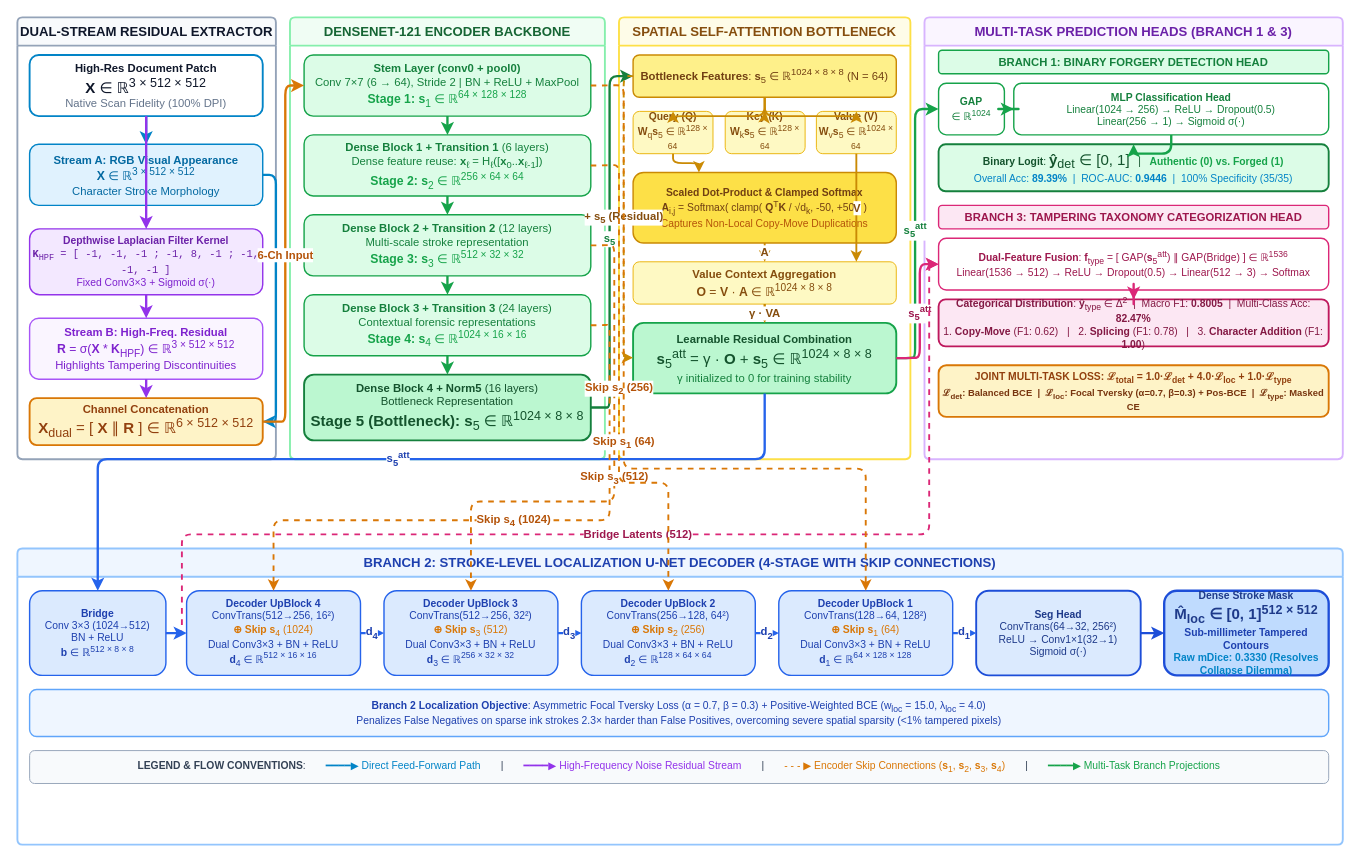
Earlier version of the draw.io diagram fig_arch.drawio (rajabhakta02/ForgeryNet-Indic). Source tidied: cells renumbered, new cells numbered last; positions are measured from the earlier drawing's top-left corner, leaving out a move shared by most shapes. Both pictures are drawn from the tidied source at 94%, with x=0, y=0 at pixel (17, 17).
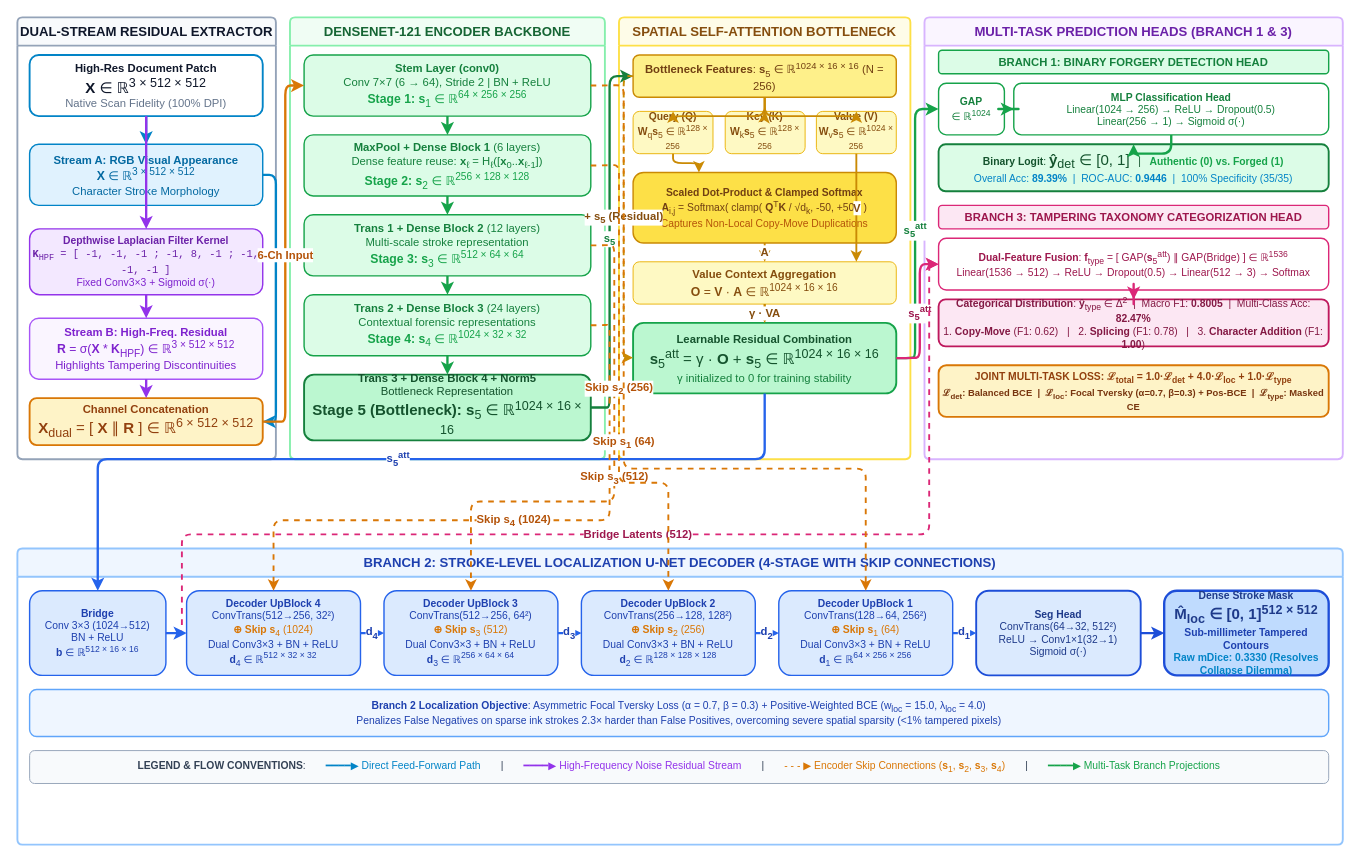
After the change.

Commit message (it also covers changes not shown here):
Synchronize encoder tensor dimensions, correct citations, explain ablation trade-offs, and moderate claims

Change to the diagram source:
```diff
@@
-    <mxCell id="12" value="&lt;b&gt;Stem Layer (conv0 + pool0)&lt;/b&gt;&lt;br&gt;Conv 7×7 (6 → 64), Stride 2 | BN + ReLU + MaxPool&lt;br&gt;&lt;font color='#16A34A' size='2'&gt;&lt;b&gt;Stage 1: s&lt;/b&gt;&lt;sub&gt;1&lt;/sub&gt; ∈ ℝ&lt;sup&gt;64 × 128 × 128&lt;/sup&gt;&lt;/font&gt;" style="rounded=1;whiteSpace=wrap;html=1;fillColor=#DCFCE7;strokeColor=#16A34A;strokeWidth=1.5;fontColor=#15803D;fontSize=12;" parent="1" vertex="1">
+    <mxCell id="12" value="&lt;b&gt;Stem Layer (conv0)&lt;/b&gt;&lt;br&gt;Conv 7×7 (6 → 64), Stride 2 | BN + ReLU&lt;br&gt;&lt;font color='#16A34A' size='2'&gt;&lt;b&gt;Stage 1: s&lt;/b&gt;&lt;sub&gt;1&lt;/sub&gt; ∈ ℝ&lt;sup&gt;64 × 256 × 256&lt;/sup&gt;&lt;/font&gt;" style="rounded=1;whiteSpace=wrap;html=1;fillColor=#DCFCE7;strokeColor=#16A34A;strokeWidth=1.5;fontColor=#15803D;fontSize=12;" parent="1" vertex="1">
       <mxGeometry x="305" y="40" width="305" height="65" as="geometry" />
     </mxCell>
-    <mxCell id="13" value="&lt;b&gt;Dense Block 1 + Transition 1&lt;/b&gt; (6 layers)&lt;br&gt;Dense feature reuse: &lt;b&gt;x&lt;/b&gt;&lt;sub&gt;ℓ&lt;/sub&gt; = H&lt;sub&gt;ℓ&lt;/sub&gt;([&lt;b&gt;x&lt;/b&gt;&lt;sub&gt;0&lt;/sub&gt;..&lt;b&gt;x&lt;/b&gt;&lt;sub&gt;ℓ-1&lt;/sub&gt;])&lt;br&gt;&lt;font color='#16A34A' size='2'&gt;&lt;b&gt;Stage 2: s&lt;/b&gt;&lt;sub&gt;2&lt;/sub&gt; ∈ ℝ&lt;sup&gt;256 × 64 × 64&lt;/sup&gt;&lt;/font&gt;" style="rounded=1;whiteSpace=wrap;html=1;fillColor=#DCFCE7;strokeColor=#16A34A;strokeWidth=1.5;fontColor=#15803D;fontSize=12;" parent="1" vertex="1">
+    <mxCell id="13" value="&lt;b&gt;MaxPool + Dense Block 1&lt;/b&gt; (6 layers)&lt;br&gt;Dense feature reuse: &lt;b&gt;x&lt;/b&gt;&lt;sub&gt;ℓ&lt;/sub&gt; = H&lt;sub&gt;ℓ&lt;/sub&gt;([&lt;b&gt;x&lt;/b&gt;&lt;sub&gt;0&lt;/sub&gt;..&lt;b&gt;x&lt;/b&gt;&lt;sub&gt;ℓ-1&lt;/sub&gt;])&lt;br&gt;&lt;font color='#16A34A' size='2'&gt;&lt;b&gt;Stage 2: s&lt;/b&gt;&lt;sub&gt;2&lt;/sub&gt; ∈ ℝ&lt;sup&gt;256 × 128 × 128&lt;/sup&gt;&lt;/font&gt;" style="rounded=1;whiteSpace=wrap;html=1;fillColor=#DCFCE7;strokeColor=#16A34A;strokeWidth=1.5;fontColor=#15803D;fontSize=12;" parent="1" vertex="1">
       <mxGeometry x="305" y="125" width="305" height="65" as="geometry" />
     </mxCell>
-    <mxCell id="14" value="&lt;b&gt;Dense Block 2 + Transition 2&lt;/b&gt; (12 layers)&lt;br&gt;Multi-scale stroke representation&lt;br&gt;&lt;font color='#16A34A' size='2'&gt;&lt;b&gt;Stage 3: s&lt;/b&gt;&lt;sub&gt;3&lt;/sub&gt; ∈ ℝ&lt;sup&gt;512 × 32 × 32&lt;/sup&gt;&lt;/font&gt;" style="rounded=1;whiteSpace=wrap;html=1;fillColor=#DCFCE7;strokeColor=#16A34A;strokeWidth=1.5;fontColor=#15803D;fontSize=12;" parent="1" vertex="1">
+    <mxCell id="14" value="&lt;b&gt;Trans 1 + Dense Block 2&lt;/b&gt; (12 layers)&lt;br&gt;Multi-scale stroke representation&lt;br&gt;&lt;font color='#16A34A' size='2'&gt;&lt;b&gt;Stage 3: s&lt;/b&gt;&lt;sub&gt;3&lt;/sub&gt; ∈ ℝ&lt;sup&gt;512 × 64 × 64&lt;/sup&gt;&lt;/font&gt;" style="rounded=1;whiteSpace=wrap;html=1;fillColor=#DCFCE7;strokeColor=#16A34A;strokeWidth=1.5;fontColor=#15803D;fontSize=12;" parent="1" vertex="1">
       <mxGeometry x="305" y="210" width="305" height="65" as="geometry" />
     </mxCell>
-    <mxCell id="15" value="&lt;b&gt;Dense Block 3 + Transition 3&lt;/b&gt; (24 layers)&lt;br&gt;Contextual forensic representations&lt;br&gt;&lt;font color='#16A34A' size='2'&gt;&lt;b&gt;Stage 4: s&lt;/b&gt;&lt;sub&gt;4&lt;/sub&gt; ∈ ℝ&lt;sup&gt;1024 × 16 × 16&lt;/sup&gt;&lt;/font&gt;" style="rounded=1;whiteSpace=wrap;html=1;fillColor=#DCFCE7;strokeColor=#16A34A;strokeWidth=1.5;fontColor=#15803D;fontSize=12;" parent="1" vertex="1">
+    <mxCell id="15" value="&lt;b&gt;Trans 2 + Dense Block 3&lt;/b&gt; (24 layers)&lt;br&gt;Contextual forensic representations&lt;br&gt;&lt;font color='#16A34A' size='2'&gt;&lt;b&gt;Stage 4: s&lt;/b&gt;&lt;sub&gt;4&lt;/sub&gt; ∈ ℝ&lt;sup&gt;1024 × 32 × 32&lt;/sup&gt;&lt;/font&gt;" style="rounded=1;whiteSpace=wrap;html=1;fillColor=#DCFCE7;strokeColor=#16A34A;strokeWidth=1.5;fontColor=#15803D;fontSize=12;" parent="1" vertex="1">
       <mxGeometry x="305" y="295" width="305" height="65" as="geometry" />
     </mxCell>
-    <mxCell id="16" value="&lt;b&gt;Dense Block 4 + Norm5&lt;/b&gt; (16 layers)&lt;br&gt;Bottleneck Representation&lt;br&gt;&lt;font color='#14532D' size='3'&gt;&lt;b&gt;Stage 5 (Bottleneck): s&lt;/b&gt;&lt;sub&gt;5&lt;/sub&gt; ∈ ℝ&lt;sup&gt;1024 × 8 × 8&lt;/sup&gt;&lt;/font&gt;" style="rounded=1;whiteSpace=wrap;html=1;fillColor=#BBF7D0;strokeColor=#15803D;strokeWidth=2;fontColor=#14532D;fontSize=12;" parent="1" vertex="1">
+    <mxCell id="16" value="&lt;b&gt;Trans 3 + Dense Block 4 + Norm5&lt;/b&gt;&lt;br&gt;Bottleneck Representation&lt;br&gt;&lt;font color='#14532D' size='3'&gt;&lt;b&gt;Stage 5 (Bottleneck): s&lt;/b&gt;&lt;sub&gt;5&lt;/sub&gt; ∈ ℝ&lt;sup&gt;1024 × 16 × 16&lt;/sup&gt;&lt;/font&gt;" style="rounded=1;whiteSpace=wrap;html=1;fillColor=#BBF7D0;strokeColor=#15803D;strokeWidth=2;fontColor=#14532D;fontSize=12;" parent="1" vertex="1">
       <mxGeometry x="305" y="380" width="305" height="70" as="geometry" />
     </mxCell>
-    <mxCell id="17" value="&lt;b&gt;Bottleneck Features&lt;/b&gt;: &lt;b&gt;s&lt;/b&gt;&lt;sub&gt;5&lt;/sub&gt; ∈ ℝ&lt;sup&gt;1024 × 8 × 8&lt;/sup&gt; (N = 64)" style="rounded=1;whiteSpace=wrap;html=1;fillColor=#FEF08A;strokeColor=#CA8A04;strokeWidth=1.5;fontColor=#713F12;fontSize=12;" parent="1" vertex="1">
+    <mxCell id="17" value="&lt;b&gt;Bottleneck Features&lt;/b&gt;: &lt;b&gt;s&lt;/b&gt;&lt;sub&gt;5&lt;/sub&gt; ∈ ℝ&lt;sup&gt;1024 × 16 × 16&lt;/sup&gt; (N = 256)" style="rounded=1;whiteSpace=wrap;html=1;fillColor=#FEF08A;strokeColor=#CA8A04;strokeWidth=1.5;fontColor=#713F12;fontSize=12;" parent="1" vertex="1">
       <mxGeometry x="655" y="40" width="280" height="45" as="geometry" />
     </mxCell>
-    <mxCell id="18" value="&lt;b&gt;Query (Q)&lt;/b&gt;&lt;br&gt;&lt;b&gt;W&lt;/b&gt;&lt;sub&gt;q&lt;/sub&gt;&lt;b&gt;s&lt;/b&gt;&lt;sub&gt;5&lt;/sub&gt; ∈ ℝ&lt;sup&gt;128 × 64&lt;/sup&gt;" style="rounded=1;whiteSpace=wrap;html=1;fillColor=#FEF9C3;strokeColor=#EAB308;strokeWidth=1;fontColor=#854D0E;fontSize=11;" parent="1" vertex="1">
+    <mxCell id="18" value="&lt;b&gt;Query (Q)&lt;/b&gt;&lt;br&gt;&lt;b&gt;W&lt;/b&gt;&lt;sub&gt;q&lt;/sub&gt;&lt;b&gt;s&lt;/b&gt;&lt;sub&gt;5&lt;/sub&gt; ∈ ℝ&lt;sup&gt;128 × 256&lt;/sup&gt;" style="rounded=1;whiteSpace=wrap;html=1;fillColor=#FEF9C3;strokeColor=#EAB308;strokeWidth=1;fontColor=#854D0E;fontSize=11;" parent="1" vertex="1">
       <mxGeometry x="655" y="100" width="85" height="45" as="geometry" />
     </mxCell>
-    <mxCell id="19" value="&lt;b&gt;Key (K)&lt;/b&gt;&lt;br&gt;&lt;b&gt;W&lt;/b&gt;&lt;sub&gt;k&lt;/sub&gt;&lt;b&gt;s&lt;/b&gt;&lt;sub&gt;5&lt;/sub&gt; ∈ ℝ&lt;sup&gt;128 × 64&lt;/sup&gt;" style="rounded=1;whiteSpace=wrap;html=1;fillColor=#FEF9C3;strokeColor=#EAB308;strokeWidth=1;fontColor=#854D0E;fontSize=11;" parent="1" vertex="1">
+    <mxCell id="19" value="&lt;b&gt;Key (K)&lt;/b&gt;&lt;br&gt;&lt;b&gt;W&lt;/b&gt;&lt;sub&gt;k&lt;/sub&gt;&lt;b&gt;s&lt;/b&gt;&lt;sub&gt;5&lt;/sub&gt; ∈ ℝ&lt;sup&gt;128 × 256&lt;/sup&gt;" style="rounded=1;whiteSpace=wrap;html=1;fillColor=#FEF9C3;strokeColor=#EAB308;strokeWidth=1;fontColor=#854D0E;fontSize=11;" parent="1" vertex="1">
       <mxGeometry x="753" y="100" width="85" height="45" as="geometry" />
     </mxCell>
-    <mxCell id="20" value="&lt;b&gt;Value (V)&lt;/b&gt;&lt;br&gt;&lt;b&gt;W&lt;/b&gt;&lt;sub&gt;v&lt;/sub&gt;&lt;b&gt;s&lt;/b&gt;&lt;sub&gt;5&lt;/sub&gt; ∈ ℝ&lt;sup&gt;1024 × 64&lt;/sup&gt;" style="rounded=1;whiteSpace=wrap;html=1;fillColor=#FEF9C3;strokeColor=#EAB308;strokeWidth=1;fontColor=#854D0E;fontSize=11;" parent="1" vertex="1">
+    <mxCell id="20" value="&lt;b&gt;Value (V)&lt;/b&gt;&lt;br&gt;&lt;b&gt;W&lt;/b&gt;&lt;sub&gt;v&lt;/sub&gt;&lt;b&gt;s&lt;/b&gt;&lt;sub&gt;5&lt;/sub&gt; ∈ ℝ&lt;sup&gt;1024 × 256&lt;/sup&gt;" style="rounded=1;whiteSpace=wrap;html=1;fillColor=#FEF9C3;strokeColor=#EAB308;strokeWidth=1;fontColor=#854D0E;fontSize=11;" parent="1" vertex="1">
       <mxGeometry x="850" y="100" width="85" height="45" as="geometry" />
     </mxCell>
@@
-    <mxCell id="22" value="&lt;b&gt;Value Context Aggregation&lt;/b&gt;&lt;br&gt;&lt;font size='2'&gt;&lt;b&gt;O&lt;/b&gt; = &lt;b&gt;V&lt;/b&gt; · &lt;b&gt;A&lt;/b&gt; ∈ ℝ&lt;sup&gt;1024 × 8 × 8&lt;/sup&gt;&lt;/font&gt;" style="rounded=1;whiteSpace=wrap;html=1;fillColor=#FEF9C3;strokeColor=#EAB308;strokeWidth=1;fontColor=#854D0E;fontSize=12;" parent="1" vertex="1">
+    <mxCell id="22" value="&lt;b&gt;Value Context Aggregation&lt;/b&gt;&lt;br&gt;&lt;font size='2'&gt;&lt;b&gt;O&lt;/b&gt; = &lt;b&gt;V&lt;/b&gt; · &lt;b&gt;A&lt;/b&gt; ∈ ℝ&lt;sup&gt;1024 × 16 × 16&lt;/sup&gt;&lt;/font&gt;" style="rounded=1;whiteSpace=wrap;html=1;fillColor=#FEF9C3;strokeColor=#EAB308;strokeWidth=1;fontColor=#854D0E;fontSize=12;" parent="1" vertex="1">
       <mxGeometry x="655" y="260" width="280" height="45" as="geometry" />
     </mxCell>
-    <mxCell id="23" value="&lt;b&gt;Learnable Residual Combination&lt;/b&gt;&lt;br&gt;&lt;font size='3'&gt;&lt;b&gt;s&lt;/b&gt;&lt;sub&gt;5&lt;/sub&gt;&lt;sup&gt;att&lt;/sup&gt; = γ · &lt;b&gt;O&lt;/b&gt; + &lt;b&gt;s&lt;/b&gt;&lt;sub&gt;5&lt;/sub&gt; ∈ ℝ&lt;sup&gt;1024 × 8 × 8&lt;/sup&gt;&lt;/font&gt;&lt;br&gt;&lt;font color='#15803D'&gt;γ initialized to 0 for training stability&lt;/font&gt;" style="rounded=1;whiteSpace=wrap;html=1;fillColor=#BBF7D0;strokeColor=#16A34A;strokeWidth=2;fontColor=#14532D;fontSize=12;" parent="1" vertex="1">
+    <mxCell id="23" value="&lt;b&gt;Learnable Residual Combination&lt;/b&gt;&lt;br&gt;&lt;font size='3'&gt;&lt;b&gt;s&lt;/b&gt;&lt;sub&gt;5&lt;/sub&gt;&lt;sup&gt;att&lt;/sup&gt; = γ · &lt;b&gt;O&lt;/b&gt; + &lt;b&gt;s&lt;/b&gt;&lt;sub&gt;5&lt;/sub&gt; ∈ ℝ&lt;sup&gt;1024 × 16 × 16&lt;/sup&gt;&lt;/font&gt;&lt;br&gt;&lt;font color='#15803D'&gt;γ initialized to 0 for training stability&lt;/font&gt;" style="rounded=1;whiteSpace=wrap;html=1;fillColor=#BBF7D0;strokeColor=#16A34A;strokeWidth=2;fontColor=#14532D;fontSize=12;" parent="1" vertex="1">
       <mxGeometry x="655" y="325" width="280" height="75" as="geometry" />
     </mxCell>
@@
-    <mxCell id="32" value="&lt;b&gt;Bridge&lt;/b&gt;&lt;br&gt;Conv 3×3 (1024→512)&lt;br&gt;BN + ReLU&lt;br&gt;&lt;font color='#1E40AF'&gt;&lt;b&gt;b&lt;/b&gt; ∈ ℝ&lt;sup&gt;512 × 8 × 8&lt;/sup&gt;&lt;/font&gt;" style="rounded=1;whiteSpace=wrap;html=1;fillColor=#DBEAFE;strokeColor=#2563EB;strokeWidth=1.5;fontColor=#1E40AF;fontSize=11;" parent="1" vertex="1">
+    <mxCell id="32" value="&lt;b&gt;Bridge&lt;/b&gt;&lt;br&gt;Conv 3×3 (1024→512)&lt;br&gt;BN + ReLU&lt;br&gt;&lt;font color='#1E40AF'&gt;&lt;b&gt;b&lt;/b&gt; ∈ ℝ&lt;sup&gt;512 × 16 × 16&lt;/sup&gt;&lt;/font&gt;" style="rounded=1;whiteSpace=wrap;html=1;fillColor=#DBEAFE;strokeColor=#2563EB;strokeWidth=1.5;fontColor=#1E40AF;fontSize=11;" parent="1" vertex="1">
       <mxGeometry x="13" y="610" width="145" height="90" as="geometry" />
     </mxCell>
-    <mxCell id="33" value="&lt;b&gt;Decoder UpBlock 4&lt;/b&gt;&lt;br&gt;ConvTrans(512→256, 16²)&lt;br&gt;&lt;font color='#D97706'&gt;&lt;b&gt;⊕ Skip s&lt;/b&gt;&lt;sub&gt;4&lt;/sub&gt; (1024)&lt;/font&gt;&lt;br&gt;Dual Conv3×3 + BN + ReLU&lt;br&gt;&lt;font color='#1E40AF'&gt;&lt;b&gt;d&lt;/b&gt;&lt;sub&gt;4&lt;/sub&gt; ∈ ℝ&lt;sup&gt;512 × 16 × 16&lt;/sup&gt;&lt;/font&gt;" style="rounded=1;whiteSpace=wrap;html=1;fillColor=#DBEAFE;strokeColor=#2563EB;strokeWidth=1.5;fontColor=#1E40AF;fontSize=11;" parent="1" vertex="1">
+    <mxCell id="33" value="&lt;b&gt;Decoder UpBlock 4&lt;/b&gt;&lt;br&gt;ConvTrans(512→256, 32²)&lt;br&gt;&lt;font color='#D97706'&gt;&lt;b&gt;⊕ Skip s&lt;/b&gt;&lt;sub&gt;4&lt;/sub&gt; (1024)&lt;/font&gt;&lt;br&gt;Dual Conv3×3 + BN + ReLU&lt;br&gt;&lt;font color='#1E40AF'&gt;&lt;b&gt;d&lt;/b&gt;&lt;sub&gt;4&lt;/sub&gt; ∈ ℝ&lt;sup&gt;512 × 32 × 32&lt;/sup&gt;&lt;/font&gt;" style="rounded=1;whiteSpace=wrap;html=1;fillColor=#DBEAFE;strokeColor=#2563EB;strokeWidth=1.5;fontColor=#1E40AF;fontSize=11;" parent="1" vertex="1">
       <mxGeometry x="180" y="610" width="185" height="90" as="geometry" />
     </mxCell>
-    <mxCell id="34" value="&lt;b&gt;Decoder UpBlock 3&lt;/b&gt;&lt;br&gt;ConvTrans(512→256, 32²)&lt;br&gt;&lt;font color='#D97706'&gt;&lt;b&gt;⊕ Skip s&lt;/b&gt;&lt;sub&gt;3&lt;/sub&gt; (512)&lt;/font&gt;&lt;br&gt;Dual Conv3×3 + BN + ReLU&lt;br&gt;&lt;font color='#1E40AF'&gt;&lt;b&gt;d&lt;/b&gt;&lt;sub&gt;3&lt;/sub&gt; ∈ ℝ&lt;sup&gt;256 × 32 × 32&lt;/sup&gt;&lt;/font&gt;" style="rounded=1;whiteSpace=wrap;html=1;fillColor=#DBEAFE;strokeColor=#2563EB;strokeWidth=1.5;fontColor=#1E40AF;fontSize=11;" parent="1" vertex="1">
+    <mxCell id="34" value="&lt;b&gt;Decoder UpBlock 3&lt;/b&gt;&lt;br&gt;ConvTrans(512→256, 64²)&lt;br&gt;&lt;font color='#D97706'&gt;&lt;b&gt;⊕ Skip s&lt;/b&gt;&lt;sub&gt;3&lt;/sub&gt; (512)&lt;/font&gt;&lt;br&gt;Dual Conv3×3 + BN + ReLU&lt;br&gt;&lt;font color='#1E40AF'&gt;&lt;b&gt;d&lt;/b&gt;&lt;sub&gt;3&lt;/sub&gt; ∈ ℝ&lt;sup&gt;256 × 64 × 64&lt;/sup&gt;&lt;/font&gt;" style="rounded=1;whiteSpace=wrap;html=1;fillColor=#DBEAFE;strokeColor=#2563EB;strokeWidth=1.5;fontColor=#1E40AF;fontSize=11;" parent="1" vertex="1">
       <mxGeometry x="390" y="610" width="185" height="90" as="geometry" />
     </mxCell>
-    <mxCell id="35" value="&lt;b&gt;Decoder UpBlock 2&lt;/b&gt;&lt;br&gt;ConvTrans(256→128, 64²)&lt;br&gt;&lt;font color='#D97706'&gt;&lt;b&gt;⊕ Skip s&lt;/b&gt;&lt;sub&gt;2&lt;/sub&gt; (256)&lt;/font&gt;&lt;br&gt;Dual Conv3×3 + BN + ReLU&lt;br&gt;&lt;font color='#1E40AF'&gt;&lt;b&gt;d&lt;/b&gt;&lt;sub&gt;2&lt;/sub&gt; ∈ ℝ&lt;sup&gt;128 × 64 × 64&lt;/sup&gt;&lt;/font&gt;" style="rounded=1;whiteSpace=wrap;html=1;fillColor=#DBEAFE;strokeColor=#2563EB;strokeWidth=1.5;fontColor=#1E40AF;fontSize=11;" parent="1" vertex="1">
+    <mxCell id="35" value="&lt;b&gt;Decoder UpBlock 2&lt;/b&gt;&lt;br&gt;ConvTrans(256→128, 128²)&lt;br&gt;&lt;font color='#D97706'&gt;&lt;b&gt;⊕ Skip s&lt;/b&gt;&lt;sub&gt;2&lt;/sub&gt; (256)&lt;/font&gt;&lt;br&gt;Dual Conv3×3 + BN + ReLU&lt;br&gt;&lt;font color='#1E40AF'&gt;&lt;b&gt;d&lt;/b&gt;&lt;sub&gt;2&lt;/sub&gt; ∈ ℝ&lt;sup&gt;128 × 128 × 128&lt;/sup&gt;&lt;/font&gt;" style="rounded=1;whiteSpace=wrap;html=1;fillColor=#DBEAFE;strokeColor=#2563EB;strokeWidth=1.5;fontColor=#1E40AF;fontSize=11;" parent="1" vertex="1">
       <mxGeometry x="600" y="610" width="185" height="90" as="geometry" />
     </mxCell>
-    <mxCell id="36" value="&lt;b&gt;Decoder UpBlock 1&lt;/b&gt;&lt;br&gt;ConvTrans(128→64, 128²)&lt;br&gt;&lt;font color='#D97706'&gt;&lt;b&gt;⊕ Skip s&lt;/b&gt;&lt;sub&gt;1&lt;/sub&gt; (64)&lt;/font&gt;&lt;br&gt;Dual Conv3×3 + BN + ReLU&lt;br&gt;&lt;font color='#1E40AF'&gt;&lt;b&gt;d&lt;/b&gt;&lt;sub&gt;1&lt;/sub&gt; ∈ ℝ&lt;sup&gt;64 × 128 × 128&lt;/sup&gt;&lt;/font&gt;" style="rounded=1;whiteSpace=wrap;html=1;fillColor=#DBEAFE;strokeColor=#2563EB;strokeWidth=1.5;fontColor=#1E40AF;fontSize=11;" parent="1" vertex="1">
+    <mxCell id="36" value="&lt;b&gt;Decoder UpBlock 1&lt;/b&gt;&lt;br&gt;ConvTrans(128→64, 256²)&lt;br&gt;&lt;font color='#D97706'&gt;&lt;b&gt;⊕ Skip s&lt;/b&gt;&lt;sub&gt;1&lt;/sub&gt; (64)&lt;/font&gt;&lt;br&gt;Dual Conv3×3 + BN + ReLU&lt;br&gt;&lt;font color='#1E40AF'&gt;&lt;b&gt;d&lt;/b&gt;&lt;sub&gt;1&lt;/sub&gt; ∈ ℝ&lt;sup&gt;64 × 256 × 256&lt;/sup&gt;&lt;/font&gt;" style="rounded=1;whiteSpace=wrap;html=1;fillColor=#DBEAFE;strokeColor=#2563EB;strokeWidth=1.5;fontColor=#1E40AF;fontSize=11;" parent="1" vertex="1">
       <mxGeometry x="810" y="610" width="185" height="90" as="geometry" />
     </mxCell>
-    <mxCell id="37" value="&lt;b&gt;Seg Head&lt;/b&gt;&lt;br&gt;ConvTrans(64→32, 256²)&lt;br&gt;ReLU → Conv1×1(32→1)&lt;br&gt;Sigmoid σ(·)" style="rounded=1;whiteSpace=wrap;html=1;fillColor=#DBEAFE;strokeColor=#1D4ED8;strokeWidth=2;fontColor=#1E3A8A;fontSize=11;" parent="1" vertex="1">
+    <mxCell id="37" value="&lt;b&gt;Seg Head&lt;/b&gt;&lt;br&gt;ConvTrans(64→32, 512²)&lt;br&gt;ReLU → Conv1×1(32→1)&lt;br&gt;Sigmoid σ(·)" style="rounded=1;whiteSpace=wrap;html=1;fillColor=#DBEAFE;strokeColor=#1D4ED8;strokeWidth=2;fontColor=#1E3A8A;fontSize=11;" parent="1" vertex="1">
       <mxGeometry x="1020" y="610" width="175" height="90" as="geometry" />
     </mxCell>
```
